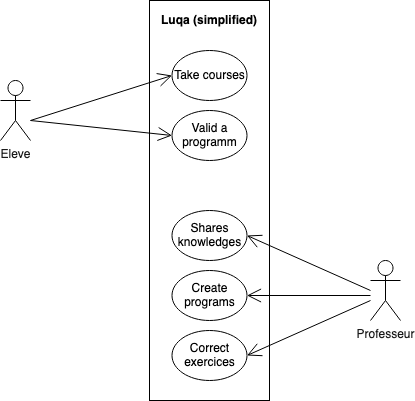
The draw.io diagram uses_cases-Base.png in LuqaEducation/docs, before a commit. Source tidied: cells renumbered, new cells last; positions are measured from the earlier drawing's top-left corner, leaving out a move shared by most shapes.
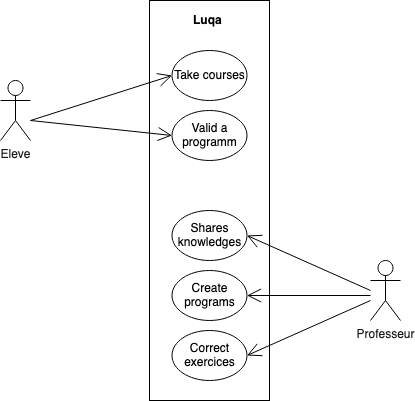
Above is the later version.

Commit message:
add: Use cases

What changed in the source:
```diff
@@ -5,7 +5,7 @@
     <mxCell id="2" style="whiteSpace=wrap;html=1;" parent="1" vertex="1">
       <mxGeometry x="149" width="120" height="400" as="geometry" />
     </mxCell>
-    <mxCell id="3" value="Luqa (simplified)" style="text;html=1;strokeColor=none;fillColor=none;align=center;verticalAlign=middle;whiteSpace=wrap;fontStyle=1;" parent="1" vertex="1">
+    <mxCell id="3" value="Luqa&amp;nbsp;" style="text;html=1;strokeColor=none;fillColor=none;align=center;verticalAlign=middle;whiteSpace=wrap;fontStyle=1;" parent="1" vertex="1">
       <mxGeometry x="139" y="10" width="140" height="20" as="geometry" />
     </mxCell>
     <mxCell id="4" value="Take courses" style="ellipse;whiteSpace=wrap;html=1;" parent="1" vertex="1">
```
